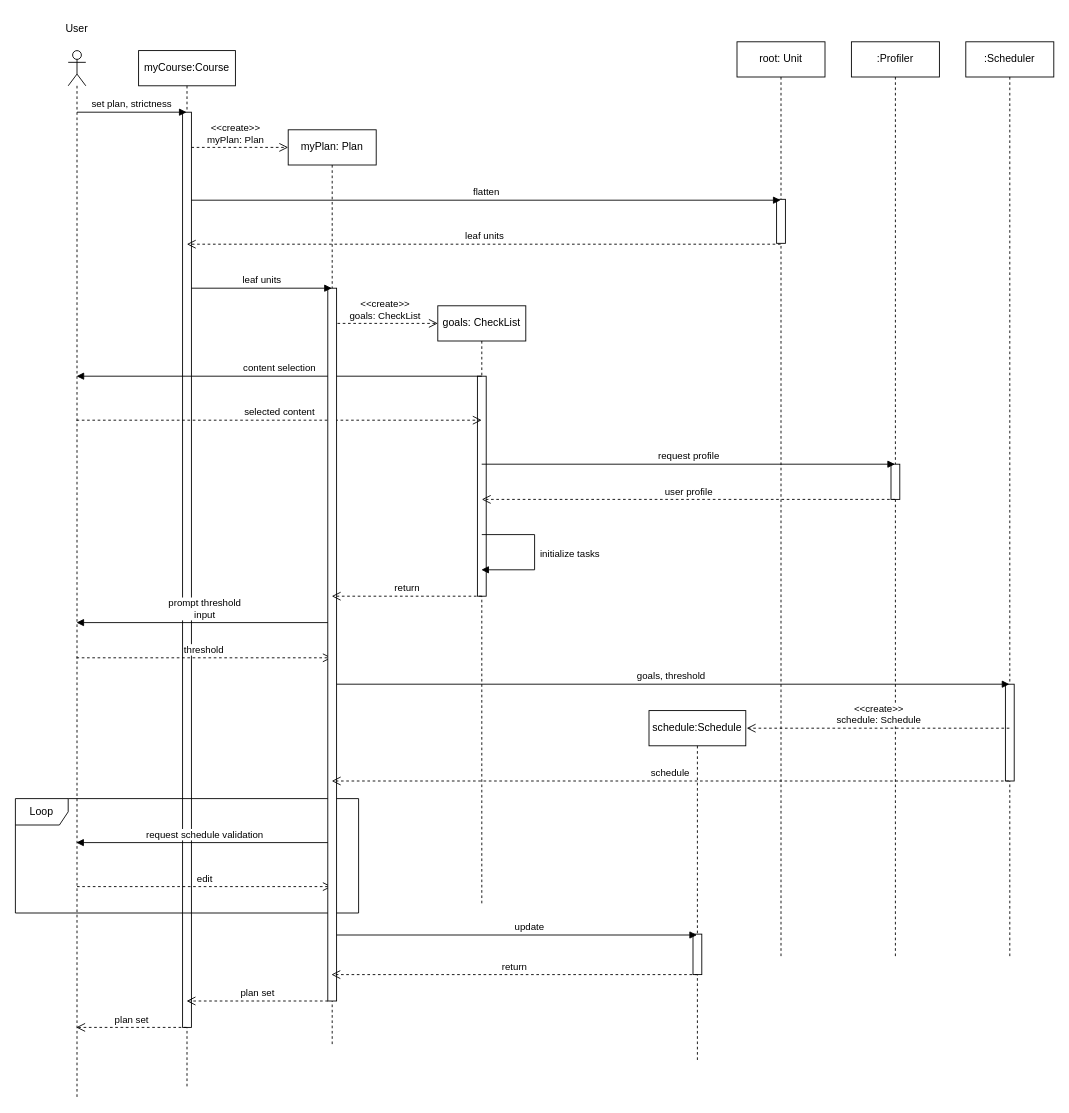
Above: doc/StudyMate_Model/StudyMate Sequence Diagrams/Set Plan.drawio in Lai-sz-jen/StudyMate (draw.io), before the change. Source tidied: cells renumbered, new cells numbered last; positions are measured from the earlier drawing's top-left corner, leaving out a move shared by most shapes. Both pictures are drawn from the tidied source at 88%, with x=0, y=0 at pixel (15, 15).
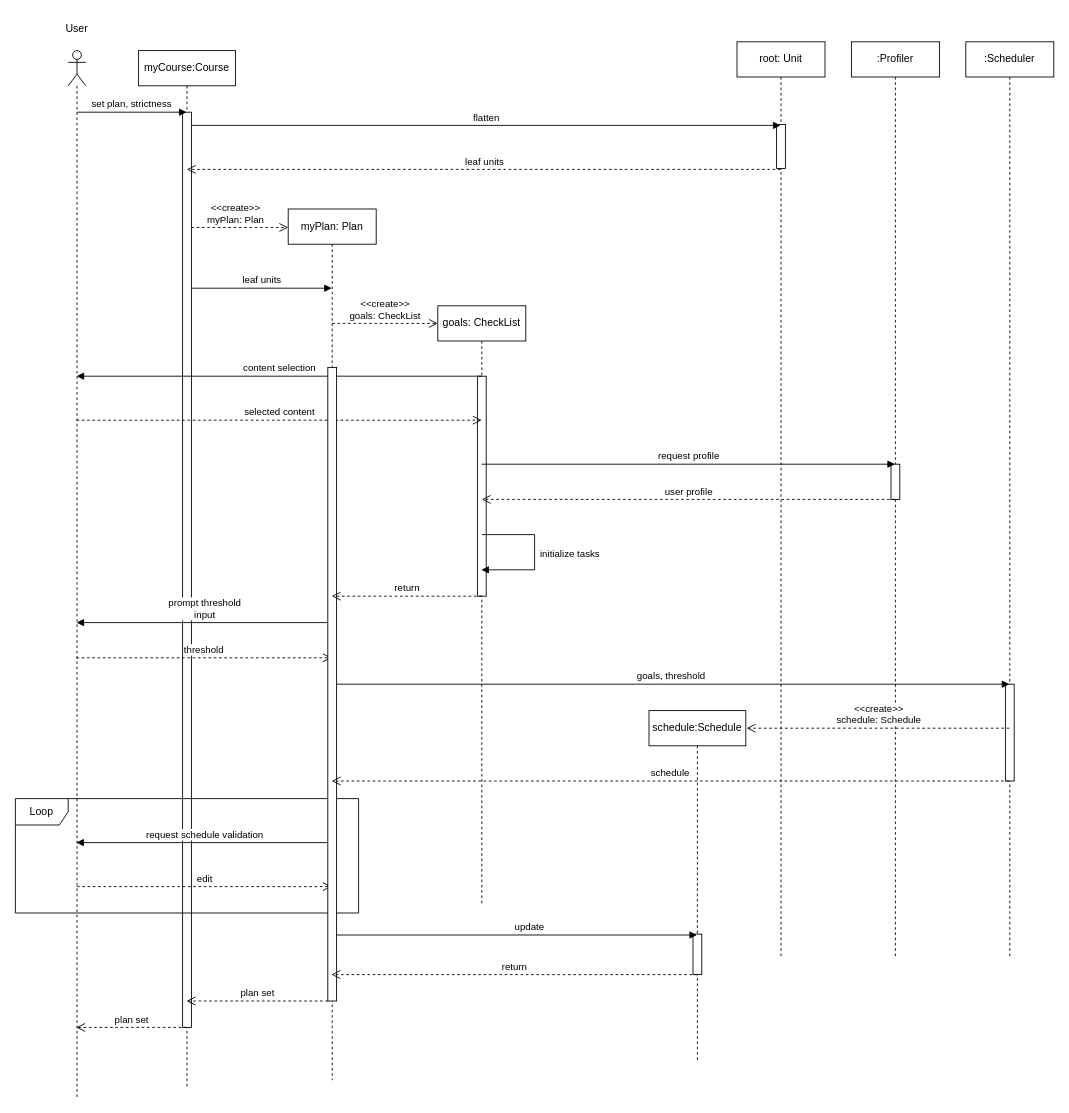
The same diagram, later.

The change refers to these unchanged cells:
```xml
<mxCell id="7" value="root: Unit" style="shape=umlLifeline;perimeter=lifelinePerimeter;whiteSpace=wrap;html=1;outlineConnect=0;portConstraint=eastwest;newEdgeStyle={&quot;curved&quot;:0,&quot;rounded&quot;:0};" parent="1" vertex="1">
  <mxGeometry x="820" y="30" width="100" height="1040" as="geometry" />
</mxCell>
```

Change to the diagram source:
```diff
@@
     <mxCell id="8" style="html=1;perimeter=orthogonalPerimeter;targetShapes=umlLifeline;newEdgeStyle={&quot;curved&quot;:0,&quot;rounded&quot;:0};" parent="7" vertex="1">
-      <mxGeometry x="45" y="179" width="10" height="50" as="geometry" />
+      <mxGeometry x="45" y="94" width="10" height="50" as="geometry" />
     </mxCell>
@@
-    <mxCell id="11" value="flatten" style="html=1;verticalAlign=bottom;endArrow=block;curved=0;rounded=0;" parent="1" edge="1" target="7">
+    <mxCell id="11" value="flatten" style="html=1;verticalAlign=bottom;endArrow=block;curved=0;rounded=0;" parent="1" edge="1">
       <mxGeometry relative="1" as="geometry">
-        <mxPoint x="200" y="210" as="sourcePoint" />
+        <mxPoint x="200" y="125" as="sourcePoint" />
+        <mxPoint x="869.5" y="125" as="targetPoint" />
       </mxGeometry>
     </mxCell>
-    <mxCell id="12" value="leaf units" style="html=1;verticalAlign=bottom;endArrow=open;dashed=1;endSize=8;curved=0;rounded=0;" parent="1" edge="1" source="7">
+    <mxCell id="12" value="leaf units" style="html=1;verticalAlign=bottom;endArrow=open;dashed=1;endSize=8;curved=0;rounded=0;" parent="1" edge="1">
       <mxGeometry relative="1" as="geometry">
-        <mxPoint x="194.8" y="260" as="targetPoint" />
+        <mxPoint x="869.5" y="175" as="sourcePoint" />
+        <mxPoint x="194.8" y="175" as="targetPoint" />
       </mxGeometry>
     </mxCell>
@@
     <mxCell id="33" value="myPlan: Plan" style="shape=umlLifeline;perimeter=lifelinePerimeter;whiteSpace=wrap;html=1;outlineConnect=0;portConstraint=eastwest;newEdgeStyle={&quot;curved&quot;:0,&quot;rounded&quot;:0};" parent="1" vertex="1">
-      <mxGeometry x="310" y="130" width="100" height="1040" as="geometry" />
+      <mxGeometry x="310" y="220" width="100" height="990" as="geometry" />
     </mxCell>
     <mxCell id="34" style="html=1;perimeter=orthogonalPerimeter;targetShapes=umlLifeline;newEdgeStyle={&quot;curved&quot;:0,&quot;rounded&quot;:0};" parent="33" vertex="1">
-      <mxGeometry x="45" y="180" width="10" height="810" as="geometry" />
+      <mxGeometry x="45" y="180" width="10" height="720" as="geometry" />
     </mxCell>
     <mxCell id="35" value="&amp;lt;&amp;lt;create&amp;gt;&amp;gt;&lt;div&gt;myPlan: Plan&lt;/div&gt;" style="html=1;verticalAlign=bottom;endArrow=open;dashed=1;endSize=8;curved=0;rounded=0;" parent="1" edge="1">
       <mxGeometry x="-0.09" relative="1" as="geometry">
-        <mxPoint x="200" y="150" as="sourcePoint" />
-        <mxPoint x="310" y="150" as="targetPoint" />
+        <mxPoint x="200" y="241" as="sourcePoint" />
+        <mxPoint x="310" y="241" as="targetPoint" />
       </mxGeometry>
     </mxCell>
```
